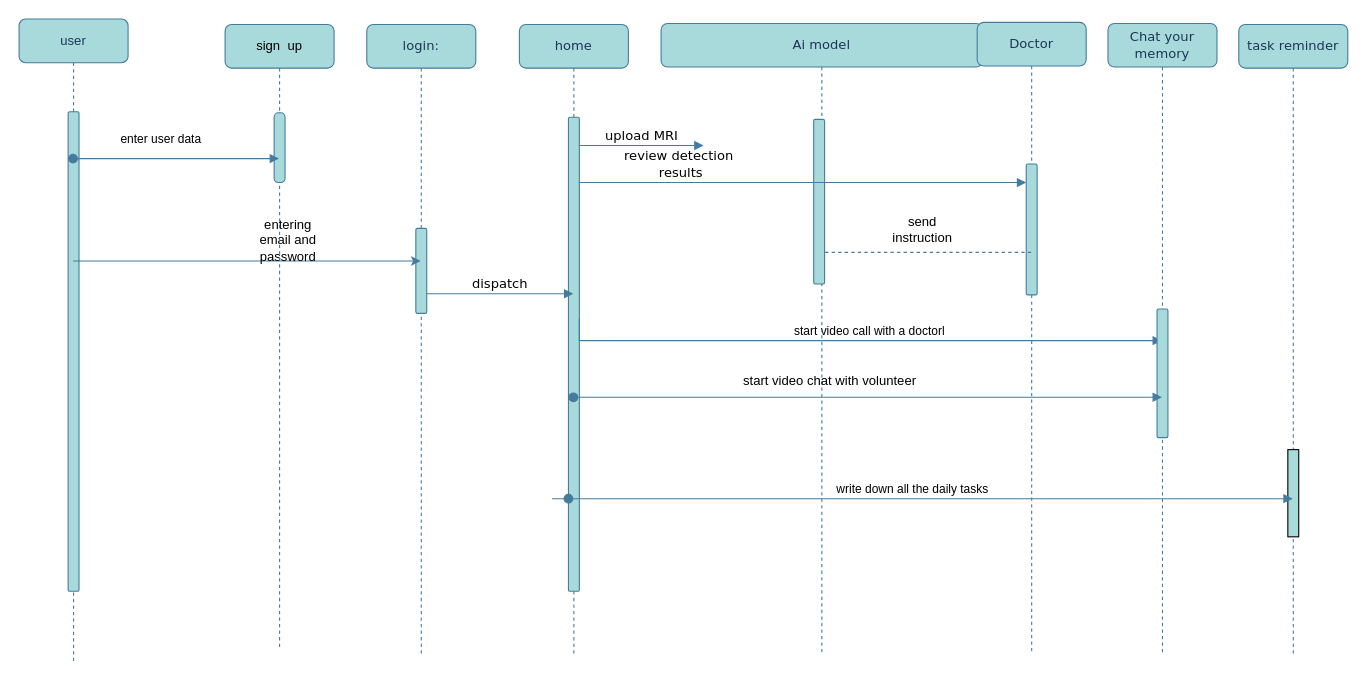
The draw.io diagram Documentation/sequence Diagram.drawio in Omarelsherif010/Revive_My_Memory-Graduation_Project, before the edit. Source tidied: cells renumbered, new cells numbered last; positions are measured from the earlier drawing's top-left corner, leaving out a move shared by most shapes. Both pictures are drawn from the tidied source at 109%, with x=0, y=0 at pixel (19, 19).
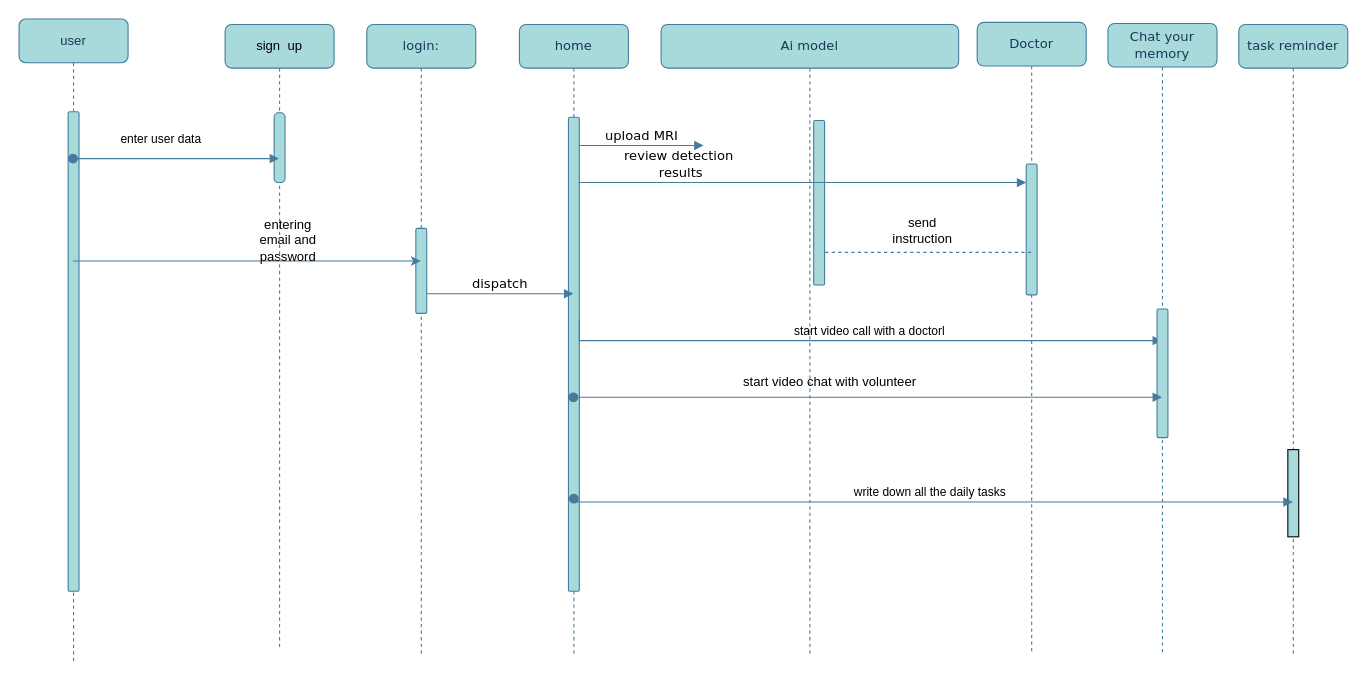
The same diagram, later.

The change refers to these unchanged cells:
```xml
<mxCell id="3" style="html=1;points=[];perimeter=orthogonalPerimeter;rounded=1;shadow=0;comic=0;labelBackgroundColor=none;strokeWidth=1;fontFamily=Verdana;fontSize=12;align=center;fillColor=#A8DADC;strokeColor=#457B9D;fontColor=#1D3557;" parent="2" vertex="1">
  <mxGeometry x="45" y="85" width="10" height="435" as="geometry" />
</mxCell>
<mxCell id="13" value="task reminder" style="shape=umlLifeline;perimeter=lifelinePerimeter;whiteSpace=wrap;html=1;outlineConnect=0;rounded=1;shadow=0;comic=0;labelBackgroundColor=none;strokeWidth=1;fontFamily=Verdana;fontSize=12;align=center;fillColor=#A8DADC;strokeColor=#457B9D;fontColor=#1D3557;" parent="1" vertex="1">
  <mxGeometry x="1119" y="5" width="100" height="580" as="geometry" />
</mxCell>
```

Change to the diagram source:
```diff
@@
     <mxCell id="5" value="Ai model" style="shape=umlLifeline;perimeter=lifelinePerimeter;whiteSpace=wrap;html=1;rounded=1;shadow=0;comic=0;labelBackgroundColor=none;strokeWidth=1;fontFamily=Verdana;fontSize=12;align=center;fillColor=#A8DADC;strokeColor=#457B9D;fontColor=#1D3557;" parent="1" vertex="1">
-      <mxGeometry x="589" y="4" width="295" height="580" as="geometry" />
+      <mxGeometry x="589" y="5" width="273" height="579" as="geometry" />
     </mxCell>
@@
-    <mxCell id="24" value="write down all the daily tasks&amp;nbsp;" style="html=1;verticalAlign=bottom;startArrow=oval;startFill=1;endArrow=block;startSize=8;edgeStyle=elbowEdgeStyle;elbow=vertical;curved=0;rounded=0;strokeColor=#457B9D;" parent="1" edge="1" source="3" target="13">
+    <mxCell id="24" value="write down all the daily tasks&amp;nbsp;" style="html=1;verticalAlign=bottom;startArrow=oval;startFill=1;endArrow=block;startSize=8;edgeStyle=elbowEdgeStyle;elbow=vertical;curved=0;rounded=0;strokeColor=#457B9D;" parent="1" edge="1" target="13">
       <mxGeometry relative="1" as="geometry">
+        <mxPoint x="509" y="440" as="sourcePoint" />
         <Array as="points">
-          <mxPoint x="489" y="440" />
+          <mxPoint x="499" y="443" />
         </Array>
       </mxGeometry>
     </mxCell>
```
